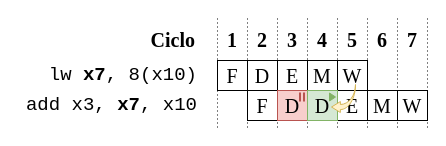
This is doc/memoria/res/img/diagramas/cap05-03/cap05-03-02-solucion-dep-raw-lw.drawio from eon0111/RISC-V-CPU, a draw.io file, before an edit. Source tidied: cells renumbered, new cells numbered last; positions are measured from the earlier drawing's top-left corner, leaving out a move shared by most shapes. Both pictures are drawn from the tidied source at 100%, with x=0, y=0 at pixel (17, 17).
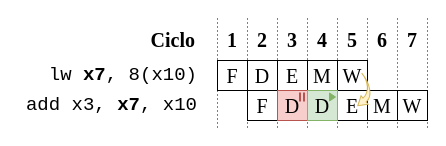
Above is the later version.

What changed in the source:
```diff
@@
-    <mxCell id="30" style="html=1;shadow=0;dashed=0;align=center;verticalAlign=middle;shape=mxgraph.arrows2.jumpInArrow;dy=2.53;dx=8.86;arrowHead=10.95;rotation=-180;fillColor=#fff2cc;strokeColor=#d6b656;" parent="1" vertex="1">
-      <mxGeometry x="314" y="67" width="24" height="28" as="geometry" />
+    <mxCell id="30" style="html=1;shadow=0;dashed=0;align=center;verticalAlign=middle;shape=mxgraph.arrows2.jumpInArrow;dy=2.53;dx=8.86;arrowHead=10.95;rotation=140;fillColor=#fff2cc;strokeColor=#d6b656;" parent="1" vertex="1">
+      <mxGeometry x="332" y="60" width="24" height="28" as="geometry" />
     </mxCell>
```
